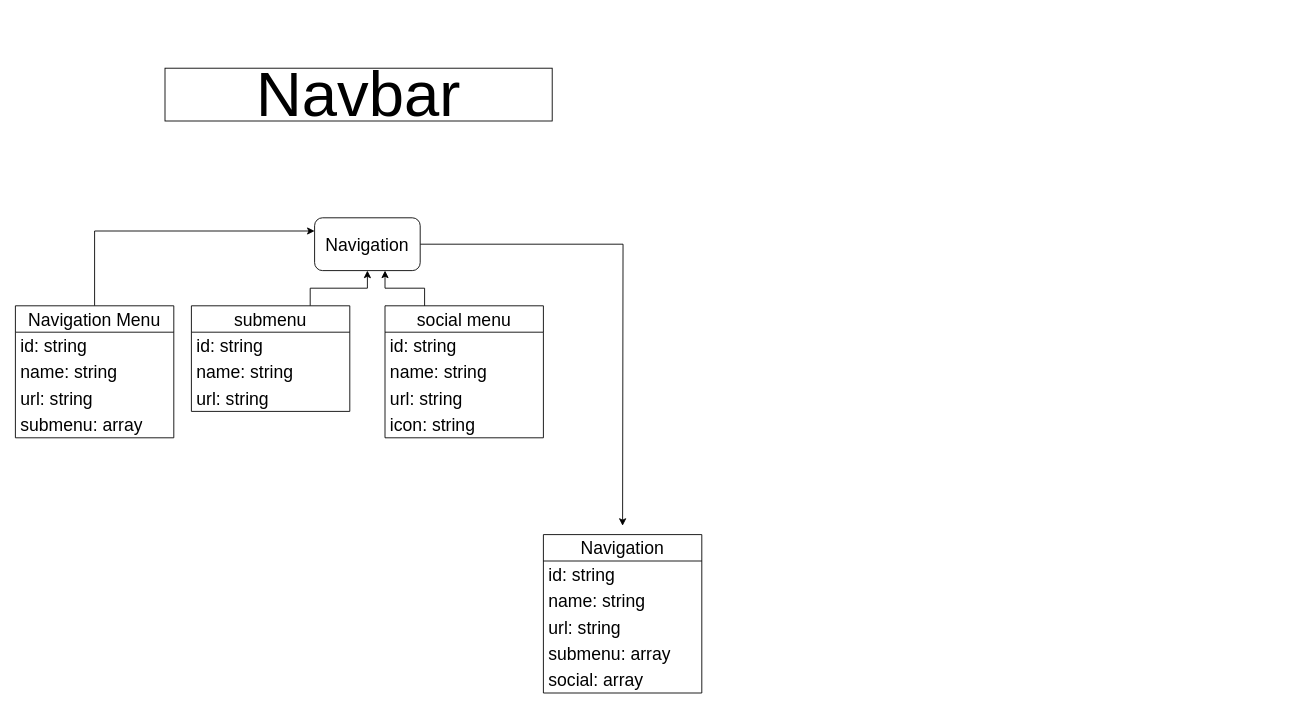
Above: muhammadasif-server.drawio in muhammadasif-cse/muhammadasif-server (draw.io), before the change. Source tidied: cells renumbered, new cells numbered last; positions are measured from the earlier drawing's top-left corner, leaving out a move shared by most shapes. Both pictures are drawn from the tidied source at 88%, with x=0, y=0 at pixel (15, 68).
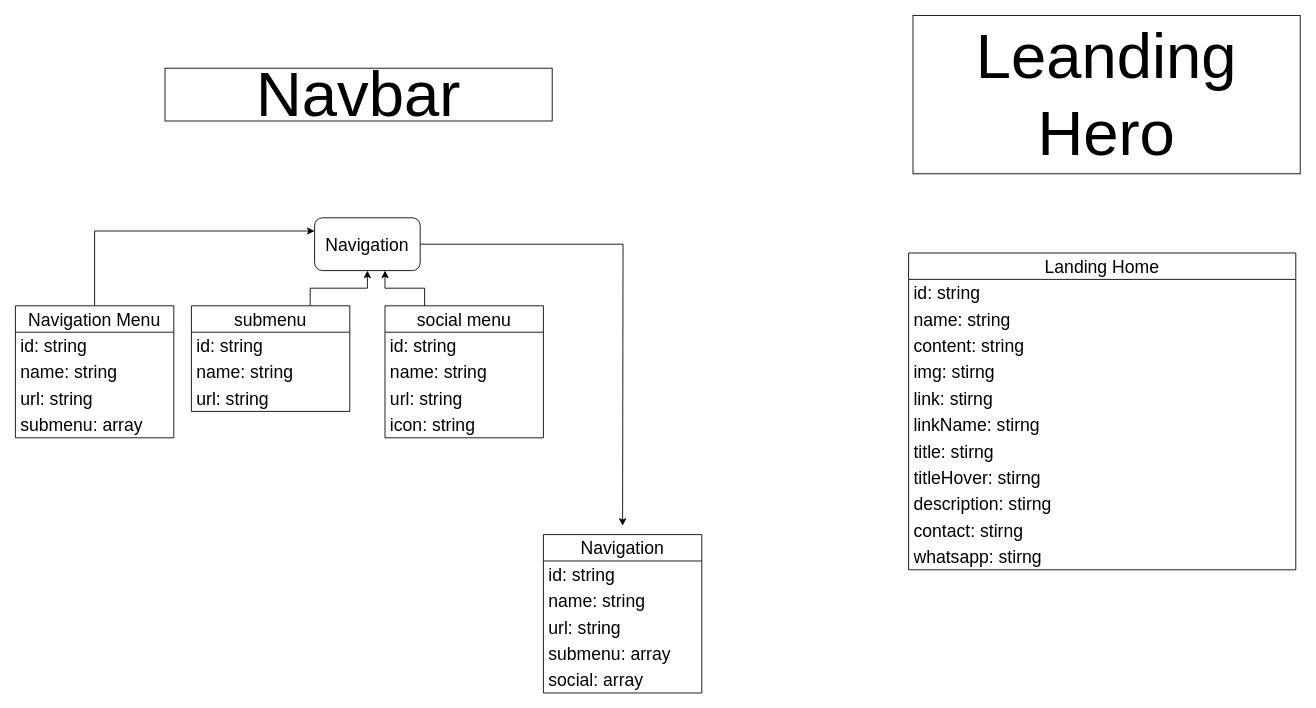
After the change.

Commit message (it also covers changes not shown here):
[FEAT] - landing api end point create complete

What changed in the source:
```diff
@@
+    <mxCell id="28" value="&lt;span style=&quot;font-size: 72px;&quot;&gt;Leanding Hero&lt;/span&gt;" style="whiteSpace=wrap;html=1;" parent="1" vertex="1">
+      <mxGeometry x="1020" y="-60" width="440" height="180" as="geometry" />
+    </mxCell>
+    <mxCell id="29" value="&lt;font style=&quot;font-size: 20px;&quot;&gt;Landing Home&lt;/font&gt;" style="swimlane;fontStyle=0;horizontal=1;startSize=30;whiteSpace=wrap;html=1;fontSize=20;" parent="1" vertex="1">
+      <mxGeometry x="1015" y="210" width="440" height="360" as="geometry" />
+    </mxCell>
+    <mxCell id="30" value="&lt;font style=&quot;font-size: 20px;&quot;&gt;id: string&lt;/font&gt;" style="text;strokeColor=none;fillColor=none;align=left;verticalAlign=middle;spacingLeft=4;spacingRight=4;overflow=hidden;whiteSpace=wrap;html=1;fontSize=20;" parent="29" vertex="1">
+      <mxGeometry y="30" width="440" height="30" as="geometry" />
+    </mxCell>
+    <mxCell id="31" value="&lt;font style=&quot;font-size: 20px;&quot;&gt;name: string&lt;/font&gt;" style="text;strokeColor=none;fillColor=none;align=left;verticalAlign=middle;spacingLeft=4;spacingRight=4;overflow=hidden;whiteSpace=wrap;html=1;fontSize=20;" parent="29" vertex="1">
+      <mxGeometry y="60" width="440" height="30" as="geometry" />
+    </mxCell>
+    <mxCell id="32" value="&lt;font style=&quot;font-size: 20px;&quot;&gt;content: string&lt;/font&gt;" style="text;strokeColor=none;fillColor=none;align=left;verticalAlign=middle;spacingLeft=4;spacingRight=4;overflow=hidden;whiteSpace=wrap;html=1;fontSize=20;" parent="29" vertex="1">
+      <mxGeometry y="90" width="440" height="30" as="geometry" />
+    </mxCell>
+    <mxCell id="33" value="&lt;font style=&quot;font-size: 20px;&quot;&gt;img: stirng&lt;/font&gt;" style="text;strokeColor=none;fillColor=none;align=left;verticalAlign=middle;spacingLeft=4;spacingRight=4;overflow=hidden;whiteSpace=wrap;html=1;fontSize=20;" parent="29" vertex="1">
+      <mxGeometry y="120" width="440" height="30" as="geometry" />
+    </mxCell>
+    <mxCell id="34" value="&lt;font style=&quot;font-size: 20px;&quot;&gt;link: stirng&lt;/font&gt;" style="text;strokeColor=none;fillColor=none;align=left;verticalAlign=middle;spacingLeft=4;spacingRight=4;overflow=hidden;whiteSpace=wrap;html=1;fontSize=20;" parent="29" vertex="1">
+      <mxGeometry y="150" width="440" height="30" as="geometry" />
+    </mxCell>
+    <mxCell id="35" value="&lt;font style=&quot;font-size: 20px;&quot;&gt;linkName: stirng&lt;/font&gt;" style="text;strokeColor=none;fillColor=none;align=left;verticalAlign=middle;spacingLeft=4;spacingRight=4;overflow=hidden;whiteSpace=wrap;html=1;fontSize=20;" parent="29" vertex="1">
+      <mxGeometry y="180" width="440" height="30" as="geometry" />
+    </mxCell>
+    <mxCell id="36" value="&lt;font style=&quot;font-size: 20px;&quot;&gt;title: stirng&lt;/font&gt;" style="text;strokeColor=none;fillColor=none;align=left;verticalAlign=middle;spacingLeft=4;spacingRight=4;overflow=hidden;whiteSpace=wrap;html=1;fontSize=20;" parent="29" vertex="1">
+      <mxGeometry y="210" width="440" height="30" as="geometry" />
+    </mxCell>
+    <mxCell id="37" value="&lt;font style=&quot;font-size: 20px;&quot;&gt;titleHover: stirng&lt;/font&gt;" style="text;strokeColor=none;fillColor=none;align=left;verticalAlign=middle;spacingLeft=4;spacingRight=4;overflow=hidden;whiteSpace=wrap;html=1;fontSize=20;" parent="29" vertex="1">
+      <mxGeometry y="240" width="440" height="30" as="geometry" />
+    </mxCell>
+    <mxCell id="38" value="&lt;font style=&quot;font-size: 20px;&quot;&gt;description: stirng&lt;/font&gt;" style="text;strokeColor=none;fillColor=none;align=left;verticalAlign=middle;spacingLeft=4;spacingRight=4;overflow=hidden;whiteSpace=wrap;html=1;fontSize=20;" parent="29" vertex="1">
+      <mxGeometry y="270" width="440" height="30" as="geometry" />
+    </mxCell>
+    <mxCell id="39" value="&lt;font style=&quot;font-size: 20px;&quot;&gt;contact: stirng&lt;/font&gt;" style="text;strokeColor=none;fillColor=none;align=left;verticalAlign=middle;spacingLeft=4;spacingRight=4;overflow=hidden;whiteSpace=wrap;html=1;fontSize=20;" parent="29" vertex="1">
+      <mxGeometry y="300" width="440" height="30" as="geometry" />
+    </mxCell>
+    <mxCell id="40" value="&lt;font style=&quot;font-size: 20px;&quot;&gt;whatsapp: stirng&lt;/font&gt;" style="text;strokeColor=none;fillColor=none;align=left;verticalAlign=middle;spacingLeft=4;spacingRight=4;overflow=hidden;whiteSpace=wrap;html=1;fontSize=20;" parent="29" vertex="1">
+      <mxGeometry y="330" width="440" height="30" as="geometry" />
+    </mxCell>
```
